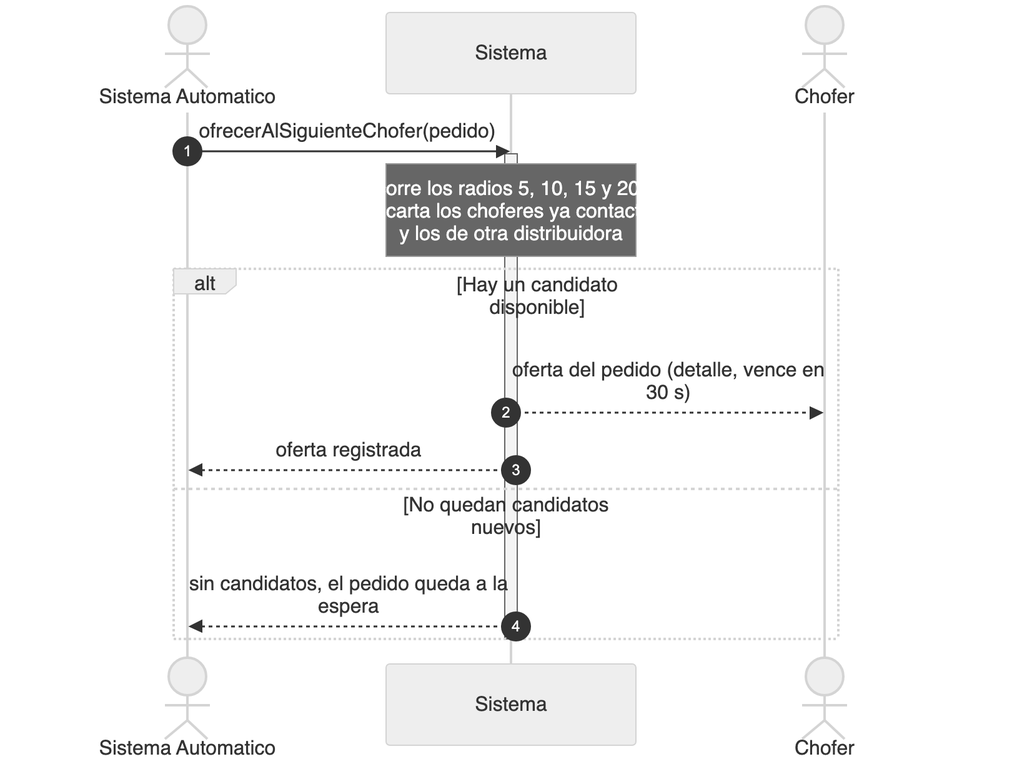
The Mermaid diagram diagramas/png/DSS_CU-013_Asignar-Pedido-Automaticamente-Por-Proximidad.png in Nahuelito-Dev/splg-docs, before a commit. Its source is kept beside it as diagramas/DSS_CU-013_Asignar-Pedido-Automaticamente-Por-Proximidad.mmd.
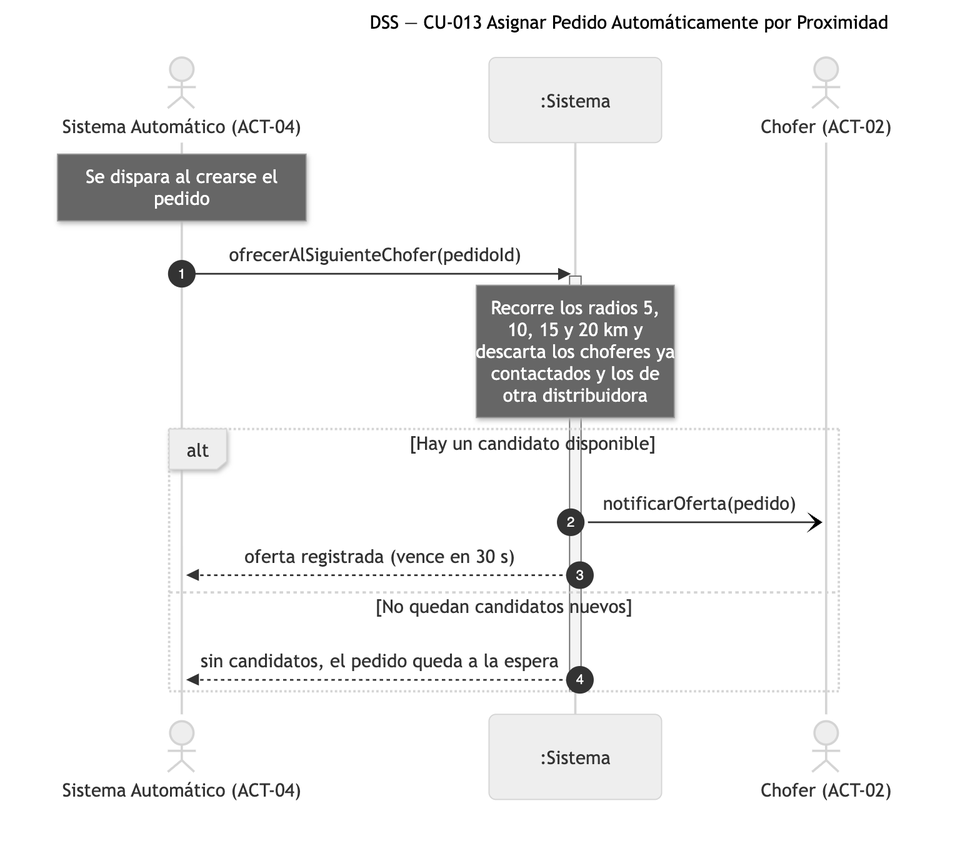
The same file after the commit.

Diff of the diagram source:
```diff
@@ -1,16 +1,17 @@
 sequenceDiagram
-    title DSS — CU-013 Asignar Pedido Automaticamente Por Proximidad
+    title DSS — CU-013 Asignar Pedido Automáticamente por Proximidad
     autonumber
-    actor SAU as Sistema Automatico
-    participant SIS as Sistema
-    actor CHO as Chofer
+    actor SAU as Sistema Automático (ACT-04)
+    participant SIS as :Sistema
+    actor CHO as Chofer (ACT-02)
 
-    SAU->>SIS: ofrecerAlSiguienteChofer(pedido)
+    Note over SAU: Se dispara al crearse el<br/>pedido
+    SAU->>SIS: ofrecerAlSiguienteChofer(pedidoId)
     activate SIS
-    Note over SIS: Recorre los radios 5, 10, 15 y 20 km<br/>y descarta los choferes ya contactados<br/>y los de otra distribuidora
+    Note over SIS: Recorre los radios 5,<br/>10, 15 y 20 km y<br/>descarta los choferes ya<br/>contactados y los de<br/>otra distribuidora
     alt Hay un candidato disponible
-        SIS-->>CHO: oferta del pedido (detalle, vence en 30 s)
-        SIS-->>SAU: oferta registrada
+        SIS-)CHO: notificarOferta(pedido)
+        SIS-->>SAU: oferta registrada (vence en 30 s)
     else No quedan candidatos nuevos
         SIS-->>SAU: sin candidatos, el pedido queda a la espera
     end
```
